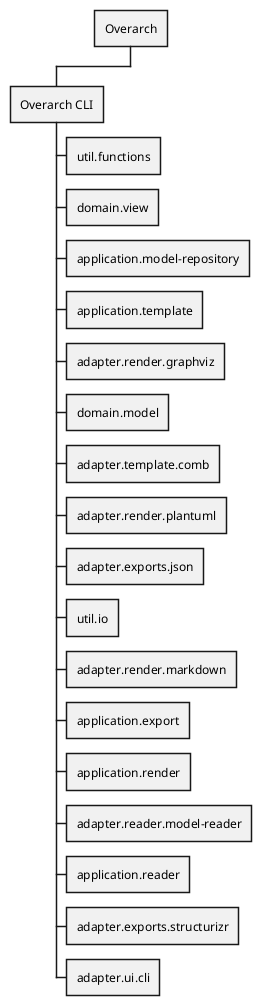
soulspace-org/overarch keeps this PlantUML diagram as docs/overarch/architecture/system-structure-view.png. Above is the earlier version.
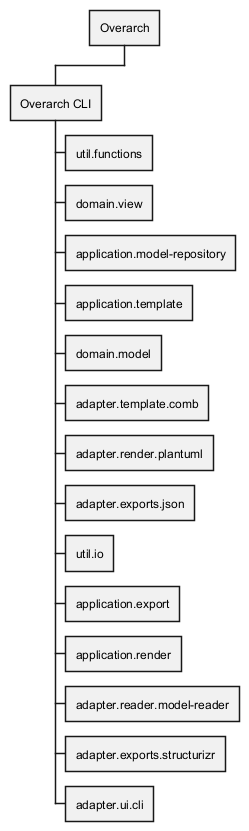
The same diagram one commit later.

The edit, as a diff of the source:
```diff
@@ -5,17 +5,14 @@
 *** domain.view
 *** application.model-repository
 *** application.template
-*** adapter.render.graphviz
 *** domain.model
 *** adapter.template.comb
 *** adapter.render.plantuml
 *** adapter.exports.json
 *** util.io
-*** adapter.render.markdown
 *** application.export
 *** application.render
 *** adapter.reader.model-reader
-*** application.reader
 *** adapter.exports.structurizr
 *** adapter.ui.cli
 
```
